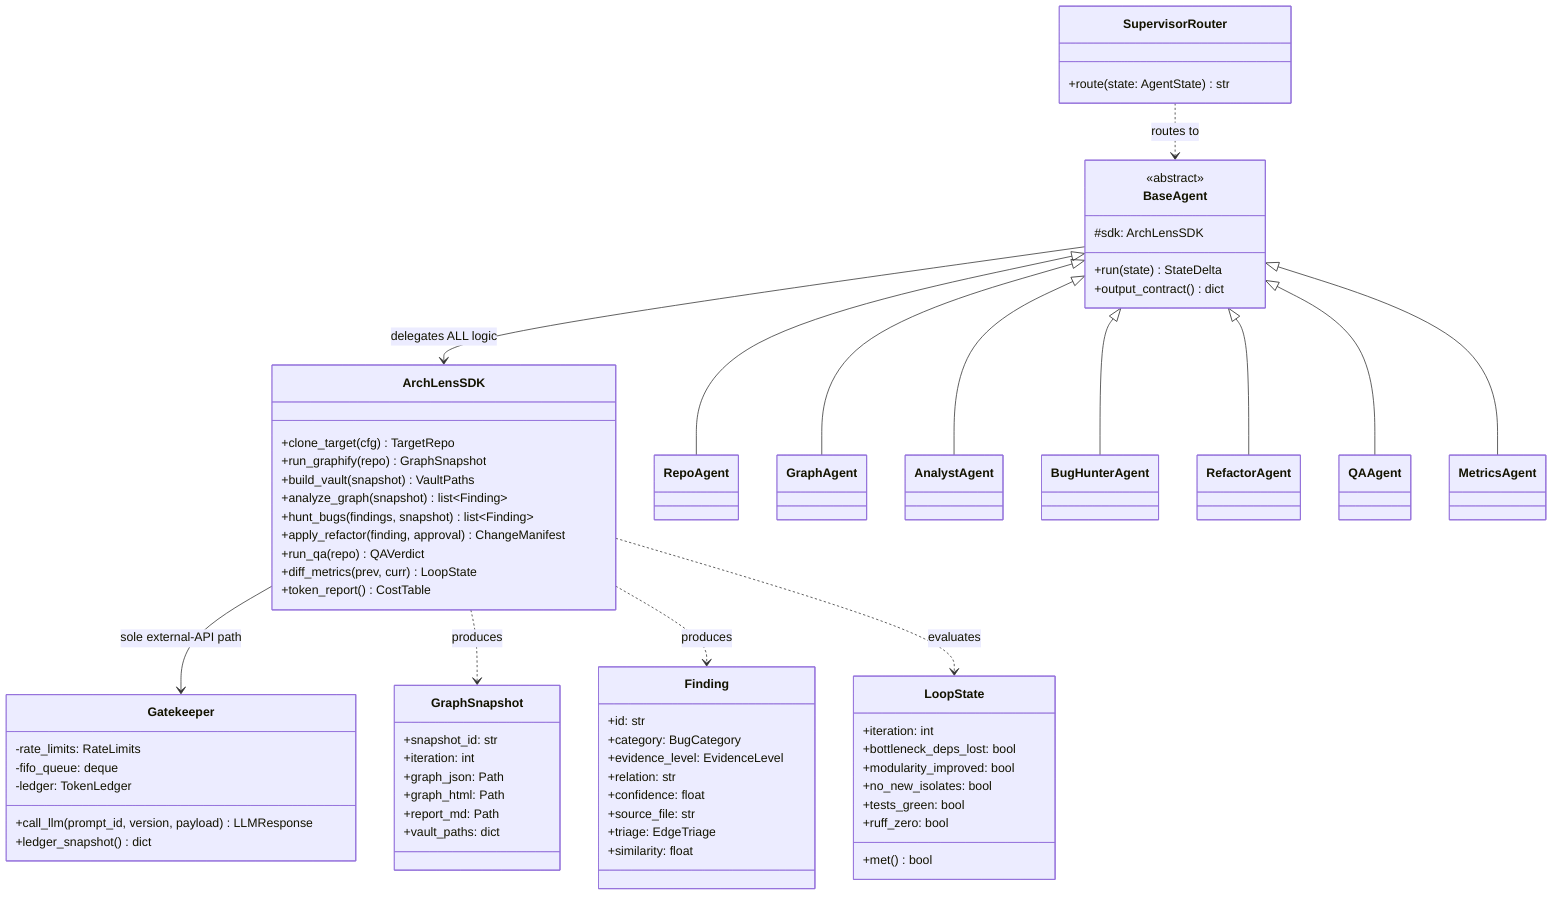
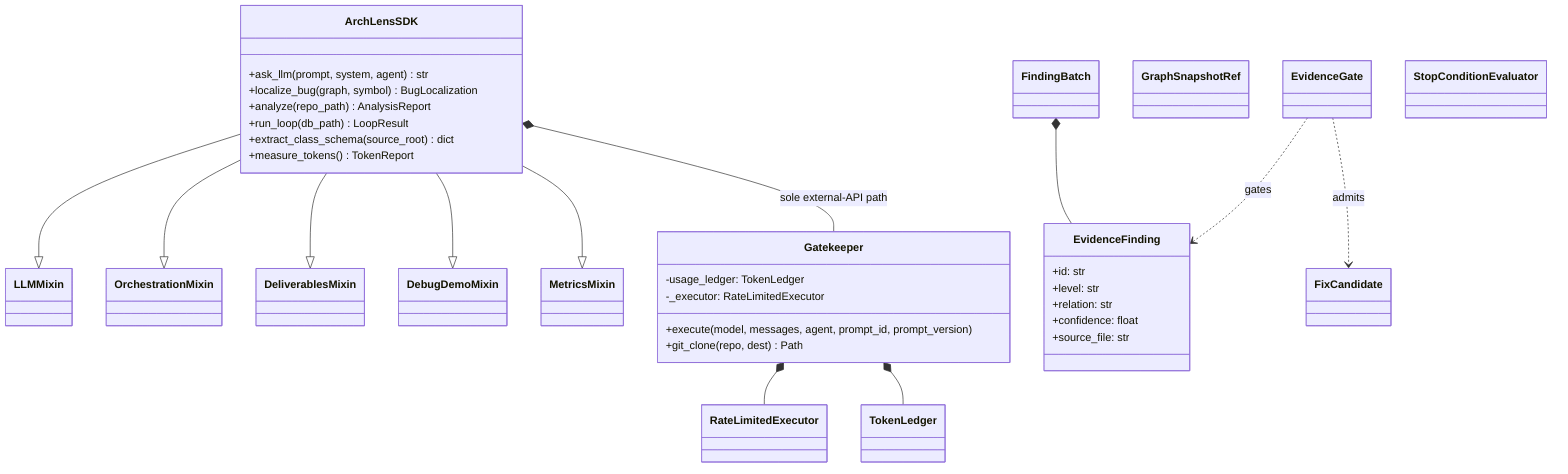
+ %% ArchLens code-level (C4 L4) class view — reconciled to the SHIPPED code (not forward design).
+ %% NOTE: the agents are FUNCTIONAL node factories (make_repo_node, make_graph_node, ... in
+ %% src/archlens/agents/*.py), NOT a BaseAgent class hierarchy. The SDK is a facade composing single-
+ %% concern mixins; the contracts are frozen dataclasses. A full AST-extracted class diagram of a
+ %% class-bearing reverse-engineering target is in deliverables/CLASS_SCHEMA_requests.md.
classDiagram
    class ArchLensSDK {
-         +clone_target(cfg) TargetRepo
-         +run_graphify(repo) GraphSnapshot
-         +build_vault(snapshot) VaultPaths
-         +analyze_graph(snapshot) list~Finding~
-         +hunt_bugs(findings, snapshot) list~Finding~
-         +apply_refactor(finding, approval) ChangeManifest
-         +run_qa(repo) QAVerdict
-         +diff_metrics(prev, curr) LoopState
-         +token_report() CostTable
+         +ask_llm(prompt, system, agent) str
+         +localize_bug(graph, symbol) BugLocalization
+         +analyze(repo_path) AnalysisReport
+         +run_loop(db_path) LoopResult
+         +extract_class_schema(source_root) dict
+         +measure_tokens() TokenReport
    }
+     class LLMMixin
+     class OrchestrationMixin
+     class DeliverablesMixin
+     class DebugDemoMixin
+     class MetricsMixin
    class Gatekeeper {
-         -rate_limits: RateLimits
-         -fifo_queue: deque
-         -ledger: TokenLedger
-         +call_llm(prompt_id, version, payload) LLMResponse
-         +ledger_snapshot() dict
+         -usage_ledger: TokenLedger
+         -_executor: RateLimitedExecutor
+         +execute(model, messages, agent, prompt_id, prompt_version)
+         +git_clone(repo, dest) Path
    }
-     class SupervisorRouter {
-         +route(state: AgentState) str
-     }
-     class BaseAgent {
-         <<abstract>>
-         #sdk: ArchLensSDK
-         +run(state) StateDelta
-         +output_contract() dict
-     }
-     class RepoAgent
-     class GraphAgent
-     class AnalystAgent
-     class BugHunterAgent
-     class RefactorAgent
-     class QAAgent
-     class MetricsAgent
-     class GraphSnapshot {
-         +snapshot_id: str
-         +iteration: int
-         +graph_json: Path
-         +graph_html: Path
-         +report_md: Path
-         +vault_paths: dict
-     }
-     class Finding {
+     class RateLimitedExecutor
+     class TokenLedger
+     class EvidenceFinding {
        +id: str
-         +category: BugCategory
-         +evidence_level: EvidenceLevel
+         +level: str
        +relation: str
        +confidence: float
        +source_file: str
-         +triage: EdgeTriage
-         +similarity: float
    }
-     class LoopState {
-         +iteration: int
-         +bottleneck_deps_lost: bool
-         +modularity_improved: bool
-         +no_new_isolates: bool
-         +tests_green: bool
-         +ruff_zero: bool
-         +met() bool
-     }
-     BaseAgent <|-- RepoAgent
-     BaseAgent <|-- GraphAgent
-     BaseAgent <|-- AnalystAgent
-     BaseAgent <|-- BugHunterAgent
-     BaseAgent <|-- RefactorAgent
-     BaseAgent <|-- QAAgent
-     BaseAgent <|-- MetricsAgent
-     BaseAgent --> ArchLensSDK : delegates ALL logic
-     ArchLensSDK --> Gatekeeper : sole external-API path
-     SupervisorRouter ..> BaseAgent : routes to
-     ArchLensSDK ..> GraphSnapshot : produces
-     ArchLensSDK ..> Finding : produces
-     ArchLensSDK ..> LoopState : evaluates
+     class FindingBatch
+     class GraphSnapshotRef
+     class EvidenceGate
+     class FixCandidate
+     class StopConditionEvaluator
+ 
+     ArchLensSDK --|> LLMMixin
+     ArchLensSDK --|> OrchestrationMixin
+     ArchLensSDK --|> DeliverablesMixin
+     ArchLensSDK --|> DebugDemoMixin
+     ArchLensSDK --|> MetricsMixin
+     ArchLensSDK *-- Gatekeeper : sole external-API path
+     Gatekeeper *-- RateLimitedExecutor
+     Gatekeeper *-- TokenLedger
+     FindingBatch *-- EvidenceFinding
+     EvidenceGate ..> FixCandidate : admits
+     EvidenceGate ..> EvidenceFinding : gates
